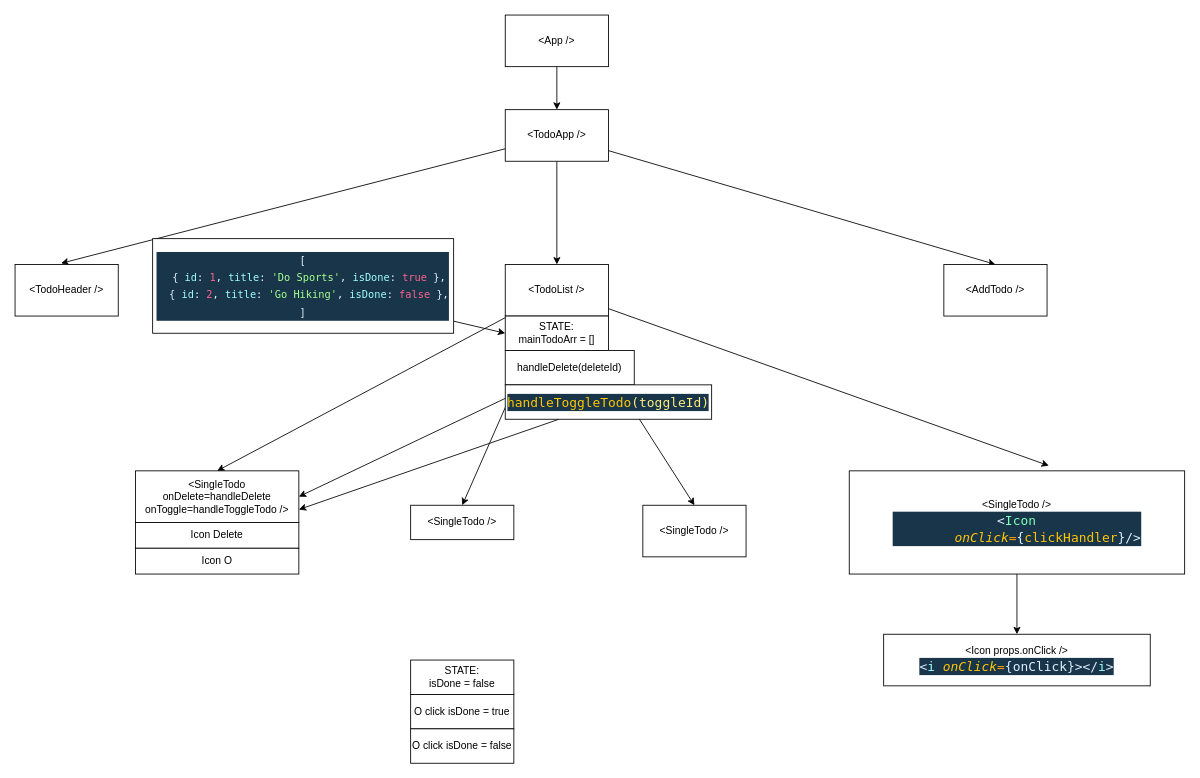
Before: diagram.drawio in Stasysj/type8-react-06-props-forms-todo, a draw.io diagram. Source tidied: cells renumbered, new cells numbered last; positions are measured from the earlier drawing's top-left corner, leaving out a move shared by most shapes. Both pictures are drawn from the tidied source at 86%, with x=0, y=0 at pixel (15, 15).
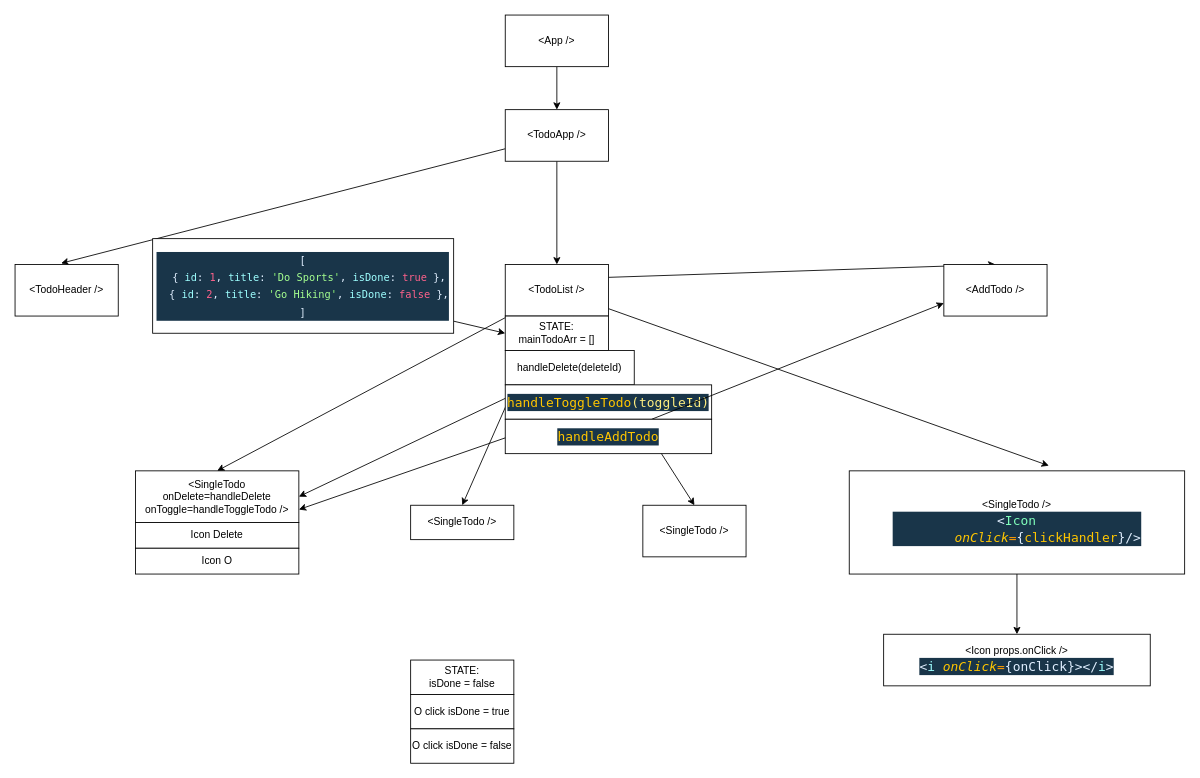
Above is the later version.

Unchanged cells that the change refers to:
```xml
<mxCell id="7" value="&amp;lt;TodoApp /&amp;gt;" style="rounded=0;whiteSpace=wrap;html=1;" parent="1" vertex="1">
  <mxGeometry x="570" y="110" width="120" height="60" as="geometry" />
</mxCell>
<mxCell id="13" value="&amp;lt;TodoList /&amp;gt;" style="rounded=0;whiteSpace=wrap;html=1;" parent="1" vertex="1">
  <mxGeometry x="570" y="290" width="120" height="60" as="geometry" />
</mxCell>
<mxCell id="14" value="&amp;lt;AddTodo /&amp;gt;" style="rounded=0;whiteSpace=wrap;html=1;" parent="1" vertex="1">
  <mxGeometry x="1080" y="290" width="120" height="60" as="geometry" />
</mxCell>
```

Diff of the diagram source:
```diff
@@
-    <mxCell id="6" style="edgeStyle=none;html=1;entryX=0.5;entryY=0;entryDx=0;entryDy=0;" parent="1" edge="1" source="7" target="14">
+    <mxCell id="6" style="edgeStyle=none;html=1;entryX=0.5;entryY=0;entryDx=0;entryDy=0;exitX=1;exitY=0.25;exitDx=0;exitDy=0;" parent="1" edge="1" source="13" target="14">
       <mxGeometry relative="1" as="geometry" />
     </mxCell>
@@
+    <mxCell id="33" style="edgeStyle=none;html=1;entryX=0;entryY=0.75;entryDx=0;entryDy=0;" parent="1" edge="1" source="34" target="14">
+      <mxGeometry relative="1" as="geometry" />
+    </mxCell>
+    <mxCell id="34" value="&lt;div style=&quot;color: rgb(255 , 255 , 255) ; background-color: rgb(25 , 53 , 73) ; font-family: &amp;#34;cascadia code&amp;#34; , &amp;#34;menlo&amp;#34; , &amp;#34;monaco&amp;#34; , &amp;#34;courier new&amp;#34; , monospace , &amp;#34;consolas&amp;#34; , &amp;#34;courier new&amp;#34; , monospace ; font-size: 15px ; line-height: 20px&quot;&gt;&lt;div style=&quot;font-family: &amp;#34;cascadia code&amp;#34; , &amp;#34;menlo&amp;#34; , &amp;#34;monaco&amp;#34; , &amp;#34;courier new&amp;#34; , monospace , &amp;#34;consolas&amp;#34; , &amp;#34;courier new&amp;#34; , monospace ; line-height: 20px&quot;&gt;&lt;span style=&quot;color: #ffc600&quot;&gt;handleAddTodo&lt;/span&gt;&lt;/div&gt;&lt;/div&gt;" style="rounded=0;whiteSpace=wrap;html=1;" parent="1" vertex="1">
+      <mxGeometry x="570" y="470" width="240" height="40" as="geometry" />
+    </mxCell>
```
